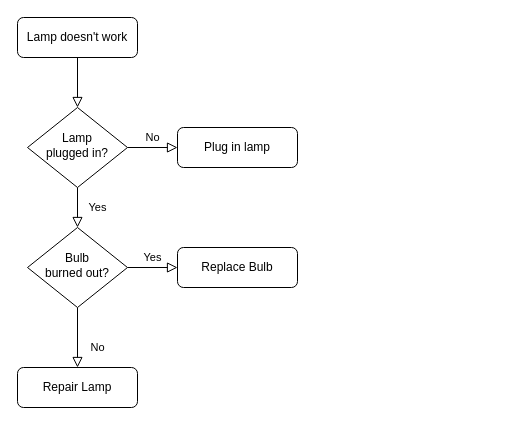
This is Flowcharts/Untitled Diagram.drawio from yvmqznrm/tracerats, a draw.io file, before an edit. Source tidied: cells renumbered, new cells numbered last; positions are measured from the earlier drawing's top-left corner, leaving out a move shared by most shapes. Both pictures are drawn from the tidied source at 100%, with x=0, y=0 at pixel (17, 17).
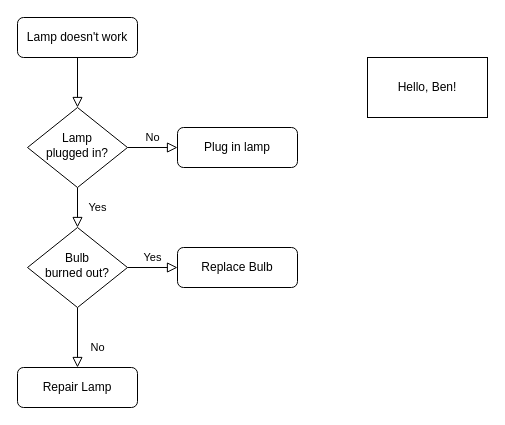
The same page after the edit.

Diff of the diagram source:
```diff
@@
 <mxGraphModel>
   <root>
     <mxCell id="0" />
     <mxCell id="1" parent="0" />
     <mxCell id="2" style="rounded=0;html=1;jettySize=auto;fontSize=11;endArrow=block;endFill=0;endSize=8;strokeWidth=1;shadow=0;labelBackgroundColor=none;edgeStyle=orthogonalEdgeStyle;" parent="1" edge="1" source="3" target="6">
       <mxGeometry relative="1" as="geometry" />
     </mxCell>
     <mxCell id="3" value="Lamp doesn't work" style="rounded=1;whiteSpace=wrap;html=1;fontSize=12;glass=0;strokeWidth=1;shadow=0;" parent="1" vertex="1">
       <mxGeometry width="120" height="40" as="geometry" />
     </mxCell>
     <mxCell id="4" value="Yes" style="rounded=0;html=1;jettySize=auto;fontSize=11;endArrow=block;endFill=0;endSize=8;strokeWidth=1;shadow=0;labelBackgroundColor=none;edgeStyle=orthogonalEdgeStyle;" parent="1" edge="1" source="6" target="10">
       <mxGeometry y="20" relative="1" as="geometry" />
     </mxCell>
     <mxCell id="5" value="No" style="edgeStyle=orthogonalEdgeStyle;rounded=0;html=1;jettySize=auto;fontSize=11;endArrow=block;endFill=0;endSize=8;strokeWidth=1;shadow=0;labelBackgroundColor=none;" parent="1" edge="1" source="6" target="7">
       <mxGeometry y="10" relative="1" as="geometry" />
     </mxCell>
     <mxCell id="6" value="Lamp&lt;br&gt;plugged in?" style="rhombus;whiteSpace=wrap;html=1;shadow=0;fontFamily=Helvetica;fontSize=12;align=center;strokeWidth=1;spacing=6;spacingTop=-4;" parent="1" vertex="1">
       <mxGeometry x="10" y="90" width="100" height="80" as="geometry" />
     </mxCell>
     <mxCell id="7" value="Plug in lamp" style="rounded=1;whiteSpace=wrap;html=1;fontSize=12;glass=0;strokeWidth=1;shadow=0;" parent="1" vertex="1">
       <mxGeometry x="160" y="110" width="120" height="40" as="geometry" />
     </mxCell>
     <mxCell id="8" value="No" style="rounded=0;html=1;jettySize=auto;fontSize=11;endArrow=block;endFill=0;endSize=8;strokeWidth=1;shadow=0;labelBackgroundColor=none;edgeStyle=orthogonalEdgeStyle;" parent="1" edge="1" source="10" target="11">
       <mxGeometry x="0.33" y="20" relative="1" as="geometry" />
     </mxCell>
     <mxCell id="9" value="Yes" style="edgeStyle=orthogonalEdgeStyle;rounded=0;html=1;jettySize=auto;fontSize=11;endArrow=block;endFill=0;endSize=8;strokeWidth=1;shadow=0;labelBackgroundColor=none;" parent="1" edge="1" source="10" target="12">
       <mxGeometry y="10" relative="1" as="geometry" />
     </mxCell>
     <mxCell id="10" value="Bulb&lt;br&gt;burned out?" style="rhombus;whiteSpace=wrap;html=1;shadow=0;fontFamily=Helvetica;fontSize=12;align=center;strokeWidth=1;spacing=6;spacingTop=-4;" parent="1" vertex="1">
       <mxGeometry x="10" y="210" width="100" height="80" as="geometry" />
     </mxCell>
     <mxCell id="11" value="Repair Lamp" style="rounded=1;whiteSpace=wrap;html=1;fontSize=12;glass=0;strokeWidth=1;shadow=0;" parent="1" vertex="1">
       <mxGeometry y="350" width="120" height="40" as="geometry" />
     </mxCell>
     <mxCell id="12" value="Replace Bulb" style="rounded=1;whiteSpace=wrap;html=1;fontSize=12;glass=0;strokeWidth=1;shadow=0;" parent="1" vertex="1">
       <mxGeometry x="160" y="230" width="120" height="40" as="geometry" />
     </mxCell>
+    <mxCell id="13" value="Hello, Ben!" style="rounded=0;whiteSpace=wrap;html=1;" parent="1" vertex="1">
+      <mxGeometry x="350" y="40" width="120" height="60" as="geometry" />
+    </mxCell>
   </root>
 </mxGraphModel>
```
